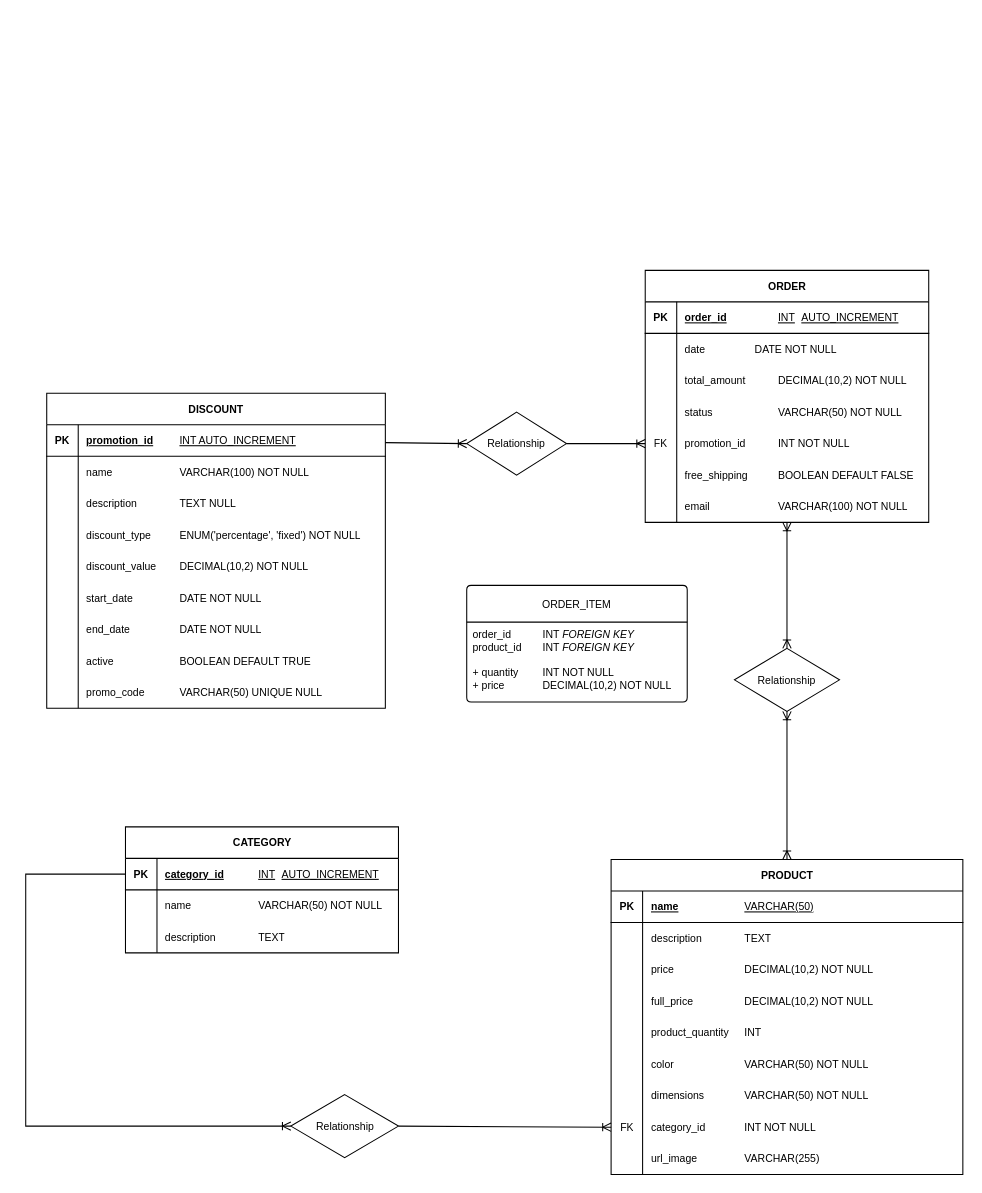
Before: ER_DIAGRAM/dualia_db.dio in Michecosa/team-1, a draw.io diagram. Source tidied: cells renumbered, new cells numbered last; positions are measured from the earlier drawing's top-left corner, leaving out a move shared by most shapes. Both pictures are drawn from the tidied source at 105%, with x=0, y=0 at pixel (25, 270).
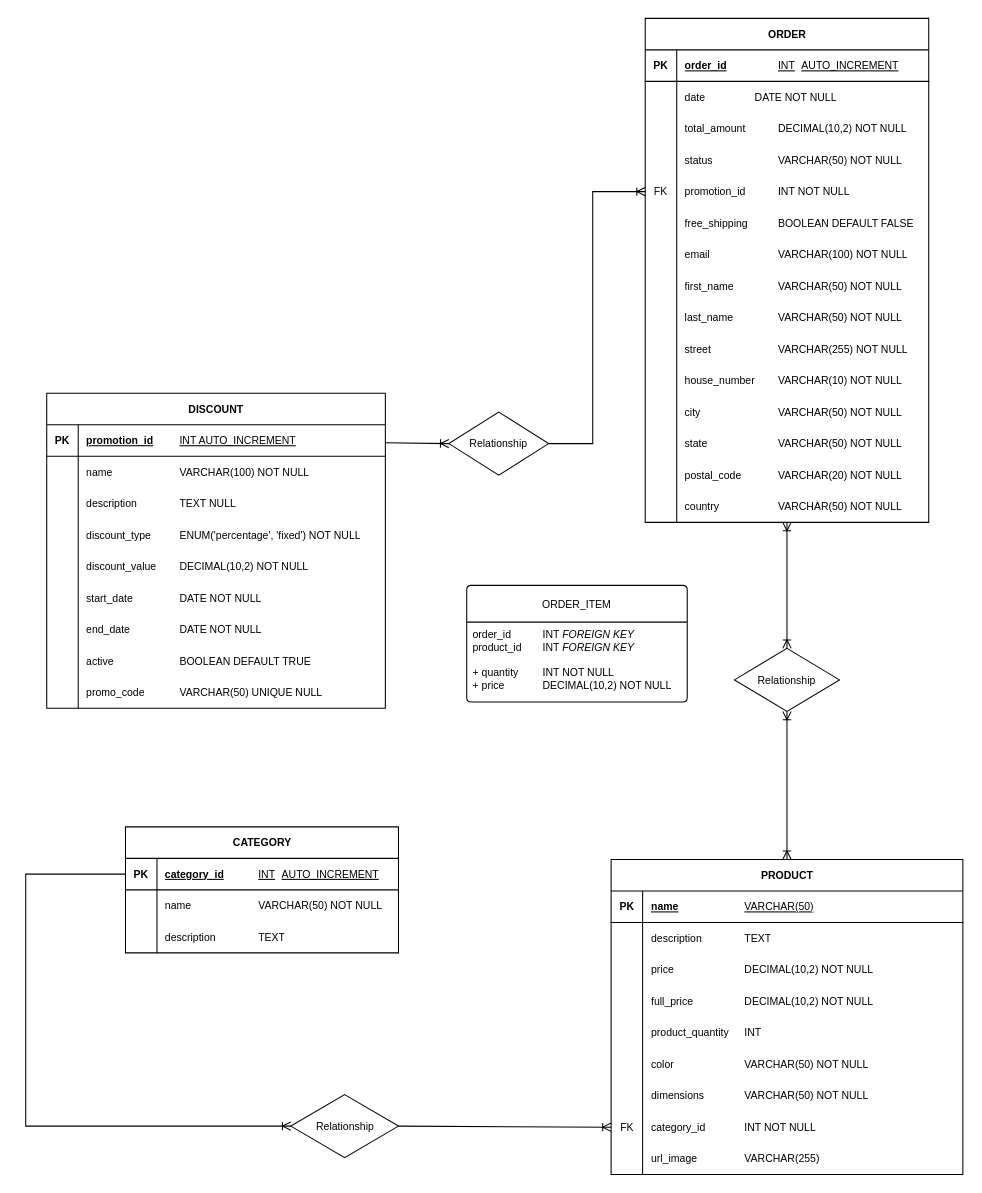
The same diagram, later.

The change refers to these unchanged cells:
```xml
<mxCell id="43" style="shape=tableRow;horizontal=0;startSize=0;swimlaneHead=0;swimlaneBody=0;fillColor=none;points=[[0,0.5],[1,0.5]];portConstraint=eastwest;top=0;left=0;right=0;bottom=0;fontSize=10;" parent="30" vertex="1">
  <mxGeometry y="150" width="270" height="30" as="geometry" />
</mxCell>
```

The edit, as a diff of the source:
```diff
@@
     <mxCell id="30" value="ORDER" style="shape=table;startSize=30;childLayout=tableLayout;rowLines=0;fontStyle=1;align=center;html=1;fontSize=10;" parent="1" vertex="1">
-      <mxGeometry x="590" width="270" height="240" as="geometry" />
+      <mxGeometry x="590" y="-240" width="270" height="480" as="geometry" />
     </mxCell>
@@
+    <mxCell id="103" style="shape=tableRow;horizontal=0;startSize=0;swimlaneHead=0;swimlaneBody=0;fillColor=none;top=0;left=0;right=0;bottom=0;fontSize=10;" parent="30" vertex="1">
+      <mxGeometry y="240" width="270" height="30" as="geometry" />
+    </mxCell>
+    <mxCell id="104" style="shape=partialRectangle;fillColor=none;top=0;left=0;bottom=0;right=0;overflow=hidden;whiteSpace=wrap;html=1;fontSize=10;" parent="103" vertex="1">
+      <mxGeometry width="30" height="30" as="geometry" />
+    </mxCell>
+    <mxCell id="105" value="first_name&lt;span style=&quot;white-space: pre;&quot;&gt;&#9;&lt;/span&gt;&lt;span style=&quot;white-space: pre;&quot;&gt;&#9;&lt;/span&gt;VARCHAR(50) NOT NULL" style="shape=partialRectangle;fillColor=none;top=0;left=0;bottom=0;right=0;align=left;spacingLeft=6;overflow=hidden;whiteSpace=wrap;html=1;fontSize=10;" parent="103" vertex="1">
+      <mxGeometry x="30" width="240" height="30" as="geometry" />
+    </mxCell>
+    <mxCell id="106" style="shape=tableRow;horizontal=0;startSize=0;swimlaneHead=0;swimlaneBody=0;fillColor=none;top=0;left=0;right=0;bottom=0;fontSize=10;" parent="30" vertex="1">
+      <mxGeometry y="270" width="270" height="30" as="geometry" />
+    </mxCell>
+    <mxCell id="107" style="shape=partialRectangle;fillColor=none;top=0;left=0;bottom=0;right=0;overflow=hidden;whiteSpace=wrap;html=1;fontSize=10;" parent="106" vertex="1">
+      <mxGeometry width="30" height="30" as="geometry" />
+    </mxCell>
+    <mxCell id="108" value="last_name&lt;span style=&quot;white-space: pre;&quot;&gt;&#9;&lt;/span&gt;&lt;span style=&quot;white-space: pre;&quot;&gt;&#9;&lt;/span&gt;VARCHAR(50) NOT NULL" style="shape=partialRectangle;fillColor=none;top=0;left=0;bottom=0;right=0;align=left;spacingLeft=6;overflow=hidden;whiteSpace=wrap;html=1;fontSize=10;" parent="106" vertex="1">
+      <mxGeometry x="30" width="240" height="30" as="geometry" />
+    </mxCell>
+    <mxCell id="109" style="shape=tableRow;horizontal=0;startSize=0;swimlaneHead=0;swimlaneBody=0;fillColor=none;top=0;left=0;right=0;bottom=0;fontSize=10;" parent="30" vertex="1">
+      <mxGeometry y="300" width="270" height="30" as="geometry" />
+    </mxCell>
+    <mxCell id="110" style="shape=partialRectangle;fillColor=none;top=0;left=0;bottom=0;right=0;overflow=hidden;whiteSpace=wrap;html=1;fontSize=10;" parent="109" vertex="1">
+      <mxGeometry width="30" height="30" as="geometry" />
+    </mxCell>
+    <mxCell id="111" value="street&lt;span style=&quot;white-space: pre;&quot;&gt;&#9;&lt;/span&gt;&lt;span style=&quot;white-space: pre;&quot;&gt;&#9;&lt;/span&gt;&lt;span style=&quot;white-space: pre;&quot;&gt;&#9;&lt;/span&gt;VARCHAR(255) NOT NULL" style="shape=partialRectangle;fillColor=none;top=0;left=0;bottom=0;right=0;align=left;spacingLeft=6;overflow=hidden;whiteSpace=wrap;html=1;fontSize=10;" parent="109" vertex="1">
+      <mxGeometry x="30" width="240" height="30" as="geometry" />
+    </mxCell>
+    <mxCell id="112" style="shape=tableRow;horizontal=0;startSize=0;swimlaneHead=0;swimlaneBody=0;fillColor=none;top=0;left=0;right=0;bottom=0;fontSize=10;" parent="30" vertex="1">
+      <mxGeometry y="330" width="270" height="30" as="geometry" />
+    </mxCell>
+    <mxCell id="113" style="shape=partialRectangle;fillColor=none;top=0;left=0;bottom=0;right=0;overflow=hidden;whiteSpace=wrap;html=1;fontSize=10;" parent="112" vertex="1">
+      <mxGeometry width="30" height="30" as="geometry" />
+    </mxCell>
+    <mxCell id="114" value="house_number&lt;span style=&quot;white-space: pre;&quot;&gt;&#9;&lt;/span&gt;VARCHAR(10) NOT NULL" style="shape=partialRectangle;fillColor=none;top=0;left=0;bottom=0;right=0;align=left;spacingLeft=6;overflow=hidden;whiteSpace=wrap;html=1;fontSize=10;" parent="112" vertex="1">
+      <mxGeometry x="30" width="240" height="30" as="geometry" />
+    </mxCell>
+    <mxCell id="115" style="shape=tableRow;horizontal=0;startSize=0;swimlaneHead=0;swimlaneBody=0;fillColor=none;top=0;left=0;right=0;bottom=0;fontSize=10;" parent="30" vertex="1">
+      <mxGeometry y="360" width="270" height="30" as="geometry" />
+    </mxCell>
+    <mxCell id="116" style="shape=partialRectangle;fillColor=none;top=0;left=0;bottom=0;right=0;overflow=hidden;whiteSpace=wrap;html=1;fontSize=10;" parent="115" vertex="1">
+      <mxGeometry width="30" height="30" as="geometry" />
+    </mxCell>
+    <mxCell id="117" value="city&lt;span style=&quot;white-space: pre;&quot;&gt;&#9;&lt;/span&gt;&lt;span style=&quot;white-space: pre;&quot;&gt;&#9;&lt;/span&gt;&lt;span style=&quot;white-space: pre;&quot;&gt;&#9;&lt;/span&gt;&lt;span style=&quot;white-space: pre;&quot;&gt;&#9;&lt;/span&gt;VARCHAR(50) NOT NULL" style="shape=partialRectangle;fillColor=none;top=0;left=0;bottom=0;right=0;align=left;spacingLeft=6;overflow=hidden;whiteSpace=wrap;html=1;fontSize=10;" parent="115" vertex="1">
+      <mxGeometry x="30" width="240" height="30" as="geometry" />
+    </mxCell>
+    <mxCell id="118" style="shape=tableRow;horizontal=0;startSize=0;swimlaneHead=0;swimlaneBody=0;fillColor=none;top=0;left=0;right=0;bottom=0;fontSize=10;" parent="30" vertex="1">
+      <mxGeometry y="390" width="270" height="30" as="geometry" />
+    </mxCell>
+    <mxCell id="119" style="shape=partialRectangle;fillColor=none;top=0;left=0;bottom=0;right=0;overflow=hidden;whiteSpace=wrap;html=1;fontSize=10;" parent="118" vertex="1">
+      <mxGeometry width="30" height="30" as="geometry" />
+    </mxCell>
+    <mxCell id="120" value="state&lt;span style=&quot;white-space: pre;&quot;&gt;&#9;&lt;/span&gt;&lt;span style=&quot;white-space: pre;&quot;&gt;&#9;&lt;/span&gt;&lt;span style=&quot;white-space: pre;&quot;&gt;&#9;&lt;/span&gt;VARCHAR(50) NOT NULL" style="shape=partialRectangle;fillColor=none;top=0;left=0;bottom=0;right=0;align=left;spacingLeft=6;overflow=hidden;whiteSpace=wrap;html=1;fontSize=10;" parent="118" vertex="1">
+      <mxGeometry x="30" width="240" height="30" as="geometry" />
+    </mxCell>
+    <mxCell id="121" style="shape=tableRow;horizontal=0;startSize=0;swimlaneHead=0;swimlaneBody=0;fillColor=none;top=0;left=0;right=0;bottom=0;fontSize=10;" parent="30" vertex="1">
+      <mxGeometry y="420" width="270" height="30" as="geometry" />
+    </mxCell>
+    <mxCell id="122" style="shape=partialRectangle;fillColor=none;top=0;left=0;bottom=0;right=0;overflow=hidden;whiteSpace=wrap;html=1;fontSize=10;" parent="121" vertex="1">
+      <mxGeometry width="30" height="30" as="geometry" />
+    </mxCell>
+    <mxCell id="123" value="postal_code&lt;span style=&quot;white-space: pre;&quot;&gt;&#9;&lt;/span&gt;&lt;span style=&quot;white-space: pre;&quot;&gt;&#9;&lt;/span&gt;VARCHAR(20) NOT NULL" style="shape=partialRectangle;fillColor=none;top=0;left=0;bottom=0;right=0;align=left;spacingLeft=6;overflow=hidden;whiteSpace=wrap;html=1;fontSize=10;" parent="121" vertex="1">
+      <mxGeometry x="30" width="240" height="30" as="geometry" />
+    </mxCell>
+    <mxCell id="124" style="shape=tableRow;horizontal=0;startSize=0;swimlaneHead=0;swimlaneBody=0;fillColor=none;top=0;left=0;right=0;bottom=0;fontSize=10;" parent="30" vertex="1">
+      <mxGeometry y="450" width="270" height="30" as="geometry" />
+    </mxCell>
+    <mxCell id="125" style="shape=partialRectangle;fillColor=none;top=0;left=0;bottom=0;right=0;overflow=hidden;whiteSpace=wrap;html=1;fontSize=10;" parent="124" vertex="1">
+      <mxGeometry width="30" height="30" as="geometry" />
+    </mxCell>
+    <mxCell id="126" value="country&lt;span style=&quot;white-space: pre;&quot;&gt;&#9;&lt;/span&gt;&lt;span style=&quot;white-space: pre;&quot;&gt;&#9;&lt;/span&gt;&lt;span style=&quot;white-space: pre;&quot;&gt;&#9;&lt;/span&gt;VARCHAR(50) NOT NULL" style="shape=partialRectangle;fillColor=none;top=0;left=0;bottom=0;right=0;align=left;spacingLeft=6;overflow=hidden;whiteSpace=wrap;html=1;fontSize=10;" parent="124" vertex="1">
+      <mxGeometry x="30" width="240" height="30" as="geometry" />
+    </mxCell>
@@
     <mxCell id="90" style="fontSize=10;html=1;endArrow=ERoneToMany;rounded=0;exitX=1;exitY=0.5;exitDx=0;exitDy=0;entryX=0;entryY=0.5;entryDx=0;entryDy=0;" parent="1" edge="1" source="92" target="43">
-      <mxGeometry relative="1" as="geometry" />
+      <mxGeometry relative="1" as="geometry">
+        <Array as="points">
+          <mxPoint x="540" y="165" />
+          <mxPoint x="540" y="-75" />
+        </Array>
+      </mxGeometry>
     </mxCell>
@@
     <mxCell id="92" value="Relationship" style="shape=rhombus;perimeter=rhombusPerimeter;whiteSpace=wrap;html=1;align=center;fontSize=10;" parent="1" vertex="1">
-      <mxGeometry x="420" y="135" width="95" height="60" as="geometry" />
+      <mxGeometry x="403" y="135" width="95" height="60" as="geometry" />
     </mxCell>
```
